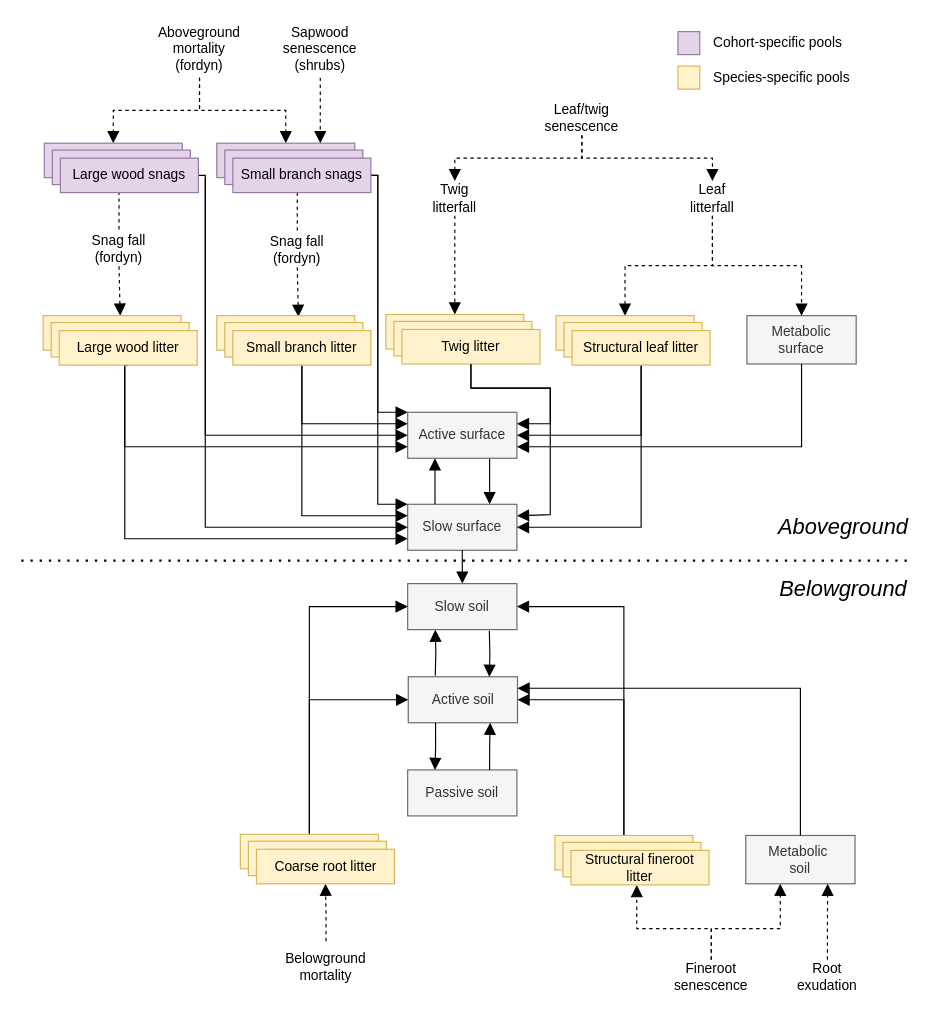
The draw.io diagram figures/Decomposition.drawio in emf-creaf/medfatebook, before the edit. Source tidied: cells renumbered, new cells numbered last; positions are measured from the earlier drawing's top-left corner, leaving out a move shared by most shapes. Both pictures are drawn from the tidied source at 115%, with x=0, y=0 at pixel (21, 20).
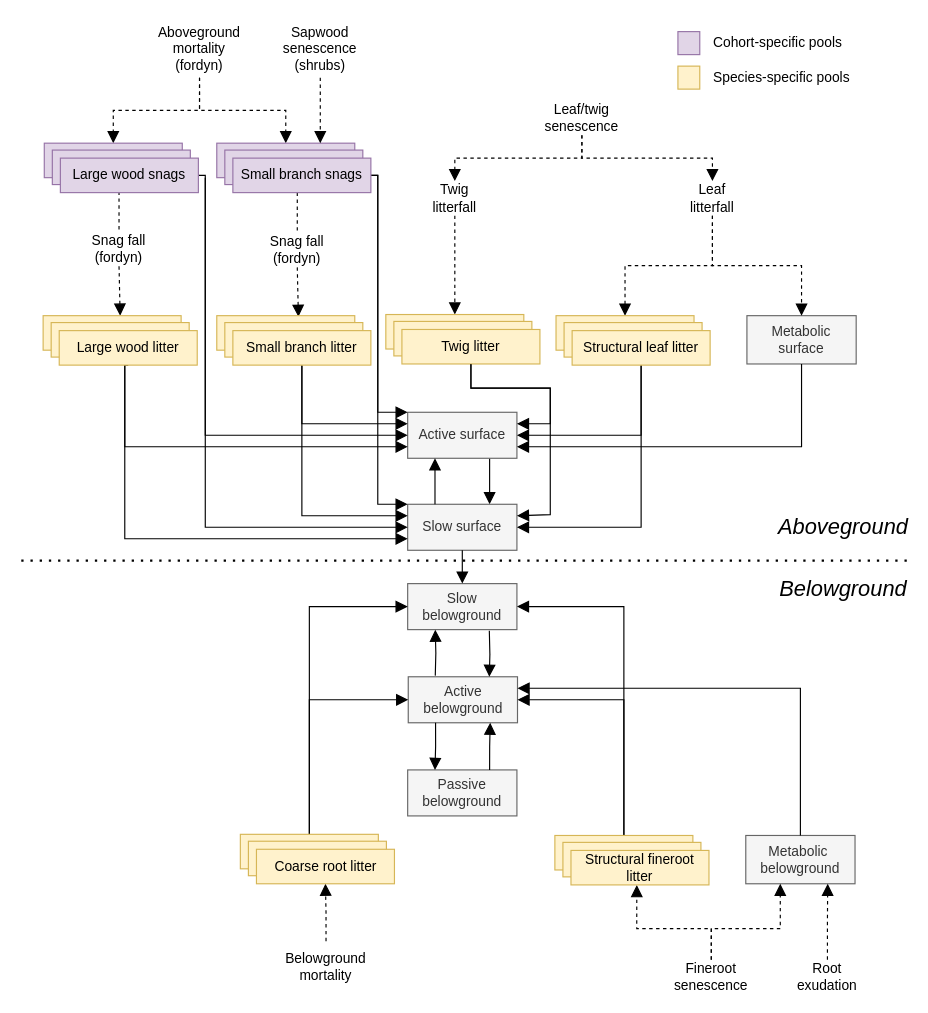
The same page after the edit.

Diff of the diagram source:
```diff
@@
-    <mxCell id="33" value="Slow soil" style="rounded=0;whiteSpace=wrap;html=1;fillColor=#f5f5f5;fontColor=#333333;strokeColor=#666666;" parent="1" vertex="1">
+    <mxCell id="33" value="Slow belowground" style="rounded=0;whiteSpace=wrap;html=1;fillColor=#f5f5f5;fontColor=#333333;strokeColor=#666666;" parent="1" vertex="1">
       <mxGeometry x="336" y="490" width="95" height="40" as="geometry" />
     </mxCell>
-    <mxCell id="34" value="Active soil" style="rounded=0;whiteSpace=wrap;html=1;fillColor=#f5f5f5;fontColor=#333333;strokeColor=#666666;" parent="1" vertex="1">
+    <mxCell id="34" value="Active belowground" style="rounded=0;whiteSpace=wrap;html=1;fillColor=#f5f5f5;fontColor=#333333;strokeColor=#666666;" parent="1" vertex="1">
       <mxGeometry x="336.5" y="571" width="95" height="40" as="geometry" />
     </mxCell>
@@
-    <mxCell id="37" value="Metabolic&amp;nbsp;&lt;div&gt;soil&lt;/div&gt;" style="rounded=0;whiteSpace=wrap;html=1;fillColor=#f5f5f5;fontColor=#333333;strokeColor=#666666;" parent="1" vertex="1">
+    <mxCell id="37" value="Metabolic&amp;nbsp;&lt;div&gt;belowground&lt;/div&gt;" style="rounded=0;whiteSpace=wrap;html=1;fillColor=#f5f5f5;fontColor=#333333;strokeColor=#666666;" parent="1" vertex="1">
       <mxGeometry x="630" y="709" width="95" height="42" as="geometry" />
     </mxCell>
-    <mxCell id="38" value="Passive soil" style="rounded=0;whiteSpace=wrap;html=1;fillColor=#f5f5f5;fontColor=#333333;strokeColor=#666666;" parent="1" vertex="1">
+    <mxCell id="38" value="Passive belowground" style="rounded=0;whiteSpace=wrap;html=1;fillColor=#f5f5f5;fontColor=#333333;strokeColor=#666666;" parent="1" vertex="1">
       <mxGeometry x="336" y="652" width="95" height="40" as="geometry" />
     </mxCell>
```
